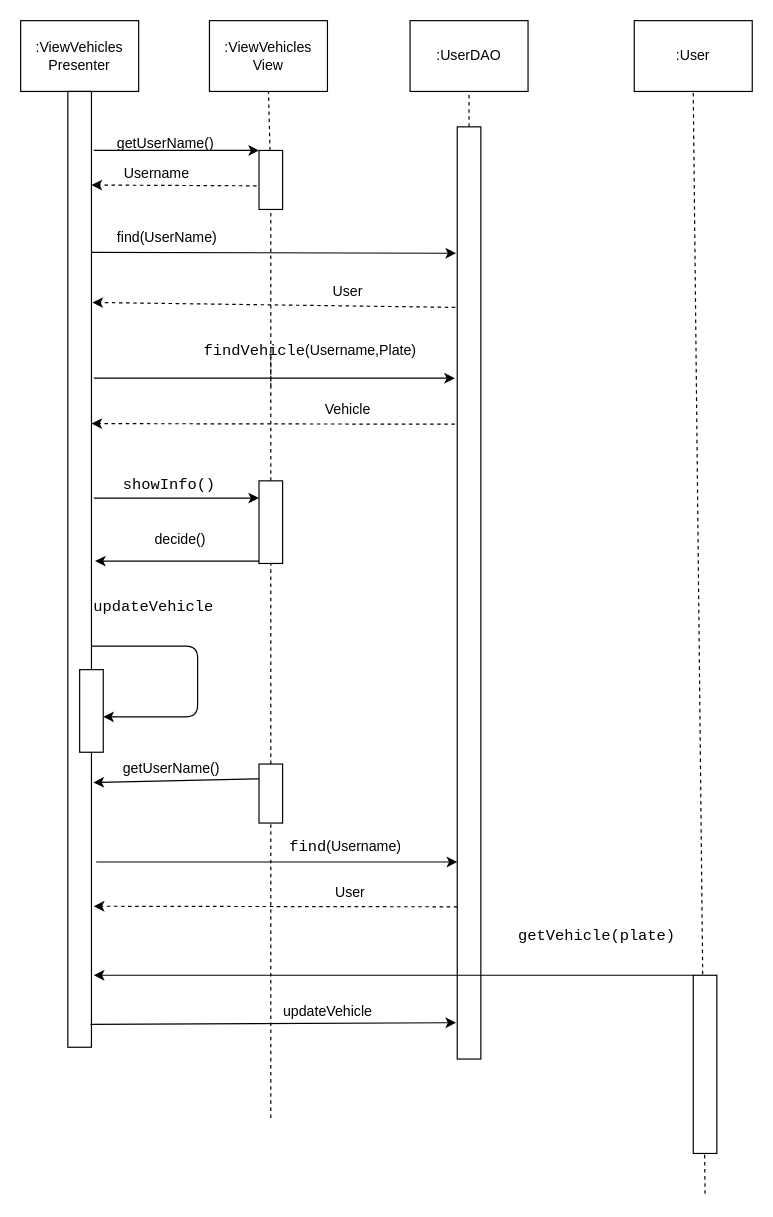
Above: R4_Diagrams/Sequence Diagrams/EditVehicleSD.drawio in ntinouldinho/Parking-App (draw.io), before the change. Source tidied: cells renumbered, new cells numbered last; positions are measured from the earlier drawing's top-left corner, leaving out a move shared by most shapes. Both pictures are drawn from the tidied source at 118%, with x=0, y=0 at pixel (20, 20).
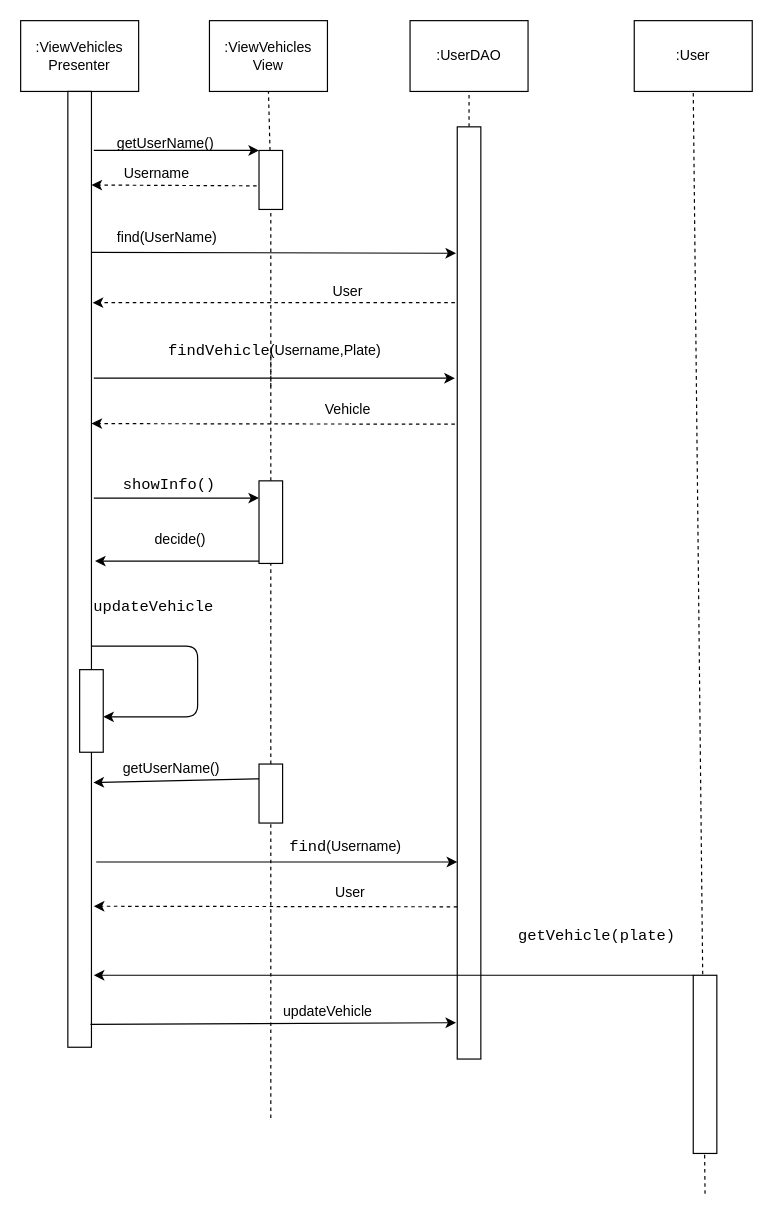
After the change.

Diff of the diagram source:
```diff
@@
-    <mxCell id="20" style="endArrow=classic;html=1;entryX=1.042;entryY=0.423;entryDx=0;entryDy=0;entryPerimeter=0;dashed=1;exitX=-0.083;exitY=0.3;exitDx=0;exitDy=0;exitPerimeter=0;" parent="1" edge="1">
+    <mxCell id="20" style="endArrow=classic;html=1;dashed=1;" parent="1" edge="1">
       <mxGeometry relative="1" as="geometry">
-        <mxPoint x="368.3" y="243" as="sourcePoint" />
-        <mxPoint x="60.8" y="238.8" as="targetPoint" />
+        <mxPoint x="368" y="239" as="sourcePoint" />
+        <mxPoint x="61" y="239" as="targetPoint" />
       </mxGeometry>
     </mxCell>
@@
     <mxCell id="27" value="&lt;span style=&quot;font-family: &amp;#34;consolas&amp;#34; ; font-size: 9.8pt&quot;&gt;findVehicle&lt;/span&gt;(Username,Plate)" style="text;html=1;align=center;verticalAlign=middle;" parent="1" vertex="1">
-      <mxGeometry x="150" y="270" width="190" height="20" as="geometry" />
+      <mxGeometry x="120" y="270" width="190" height="20" as="geometry" />
     </mxCell>
```
